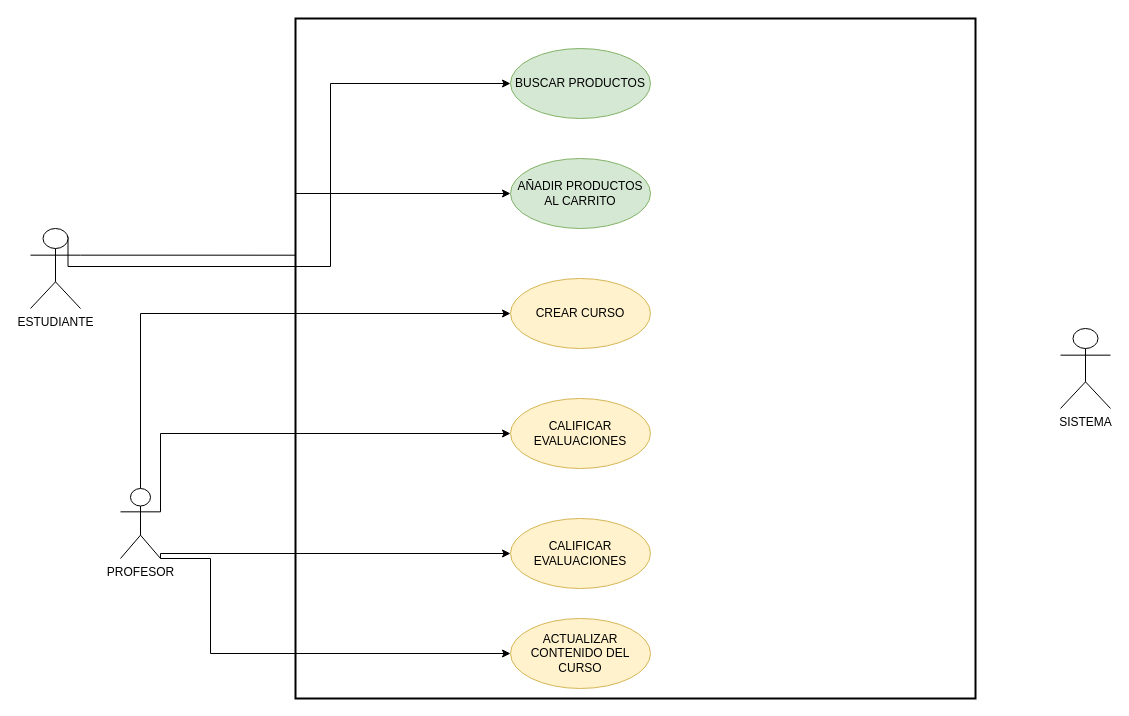
Before: Diagrama sistema de gestión de cursos en línea .drawio in Cdiagal/io-dig, a draw.io diagram. Source tidied: cells renumbered, new cells numbered last; positions are measured from the earlier drawing's top-left corner, leaving out a move shared by most shapes. Both pictures are drawn from the tidied source at 100%, with x=0, y=0 at pixel (30, 18).
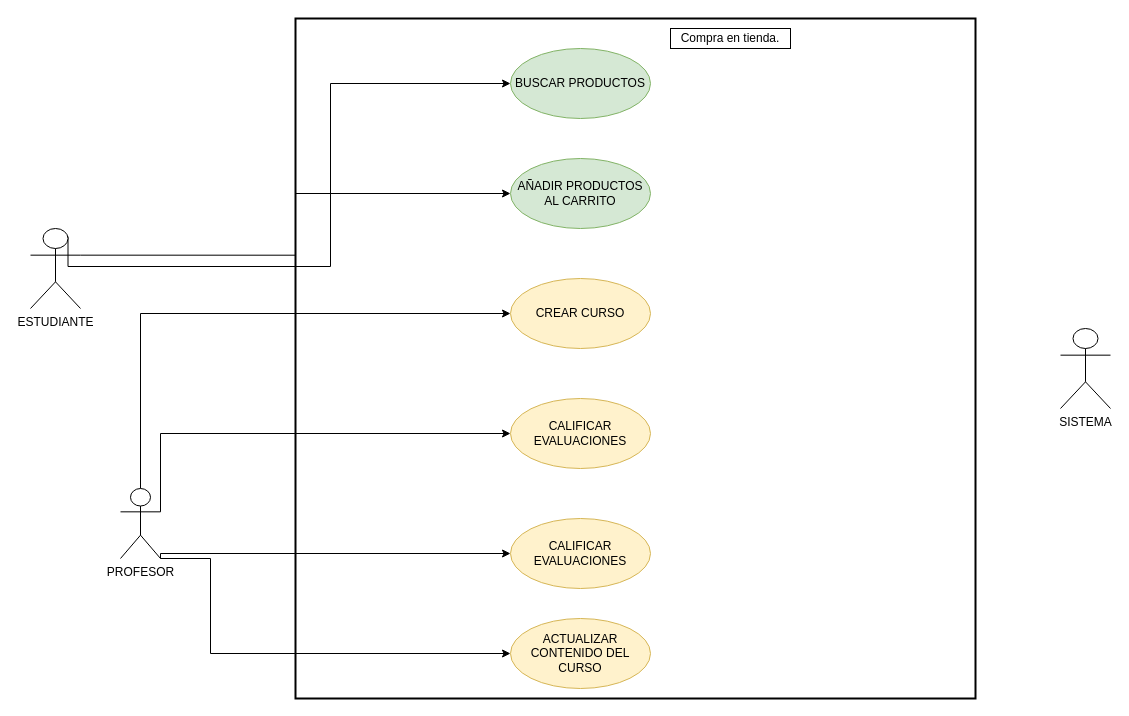
Above is the later version.

Commit message:
se generan cambios en el repositorio

What changed in the source:
```diff
@@
+    <mxCell id="18" value="Compra en tienda." style="rounded=0;whiteSpace=wrap;html=1;" parent="1" vertex="1">
+      <mxGeometry x="640" y="10" width="120" height="20" as="geometry" />
+    </mxCell>
```
